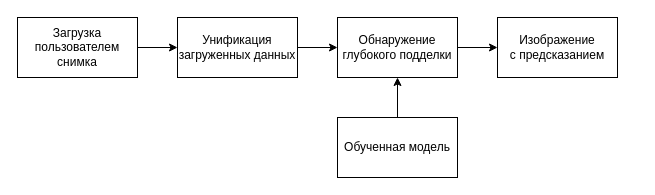
jokerva1010123/BMSTU-Diplom-Magis keeps this draw.io diagram as page "module-user" (15 of 20) of img/research-schemas (1).drawio. Above is the earlier version. Source tidied: cells renumbered, new cells numbered last; positions are measured from the earlier drawing's top-left corner, leaving out a move shared by most shapes. Both pictures are drawn from the tidied source at 100%, with x=0, y=0 at pixel (17, 17).
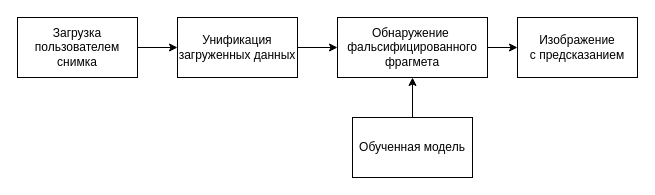
The same diagram, later.

What changed in the source:
```diff
@@
 <mxGraphModel>
   <root>
     <mxCell id="0" />
     <mxCell id="1" parent="0" />
     <mxCell id="2" style="edgeStyle=orthogonalEdgeStyle;rounded=0;jettySize=auto;html=1;exitX=1;exitY=0.5;exitDx=0;exitDy=0;entryX=0;entryY=0.5;entryDx=0;entryDy=0;" parent="1" edge="1" source="3" target="10">
       <mxGeometry relative="1" as="geometry" />
     </mxCell>
     <mxCell id="3" value="Загрузка пользователем снимка" style="rounded=0;whiteSpace=wrap;html=1;" parent="1" vertex="1">
       <mxGeometry width="120" height="60" as="geometry" />
     </mxCell>
     <mxCell id="4" style="edgeStyle=orthogonalEdgeStyle;rounded=0;jettySize=auto;html=1;entryX=0;entryY=0.5;entryDx=0;entryDy=0;" parent="1" edge="1" source="5" target="8">
       <mxGeometry relative="1" as="geometry" />
     </mxCell>
-    <mxCell id="5" value="Обнаружение глубокого подделки" style="rounded=0;whiteSpace=wrap;html=1;" parent="1" vertex="1">
-      <mxGeometry x="320" width="120" height="60" as="geometry" />
+    <mxCell id="5" value="Обнаружение&amp;nbsp;&lt;div&gt;фальсифицированного фрагмета&lt;/div&gt;" style="rounded=0;whiteSpace=wrap;html=1;" parent="1" vertex="1">
+      <mxGeometry x="320" width="150" height="60" as="geometry" />
     </mxCell>
     <mxCell id="6" style="edgeStyle=orthogonalEdgeStyle;rounded=0;jettySize=auto;html=1;entryX=0.5;entryY=1;entryDx=0;entryDy=0;" parent="1" edge="1" source="7" target="5">
       <mxGeometry relative="1" as="geometry" />
     </mxCell>
     <mxCell id="7" value="Обученная модель" style="rounded=0;whiteSpace=wrap;html=1;" parent="1" vertex="1">
-      <mxGeometry x="320" y="100" width="120" height="60" as="geometry" />
+      <mxGeometry x="335" y="100" width="120" height="60" as="geometry" />
     </mxCell>
     <mxCell id="8" value="Изображение с&amp;nbsp;предсказанием" style="rounded=0;whiteSpace=wrap;html=1;" parent="1" vertex="1">
-      <mxGeometry x="480" width="120" height="60" as="geometry" />
+      <mxGeometry x="500" width="120" height="60" as="geometry" />
     </mxCell>
     <mxCell id="9" style="edgeStyle=orthogonalEdgeStyle;rounded=0;jettySize=auto;html=1;exitX=1;exitY=0.5;exitDx=0;exitDy=0;entryX=0;entryY=0.5;entryDx=0;entryDy=0;" parent="1" edge="1" source="10" target="5">
       <mxGeometry relative="1" as="geometry" />
     </mxCell>
     <mxCell id="10" value="Унификация загруженных данных" style="rounded=0;whiteSpace=wrap;html=1;" parent="1" vertex="1">
       <mxGeometry x="160" width="120" height="60" as="geometry" />
     </mxCell>
   </root>
 </mxGraphModel>
```
